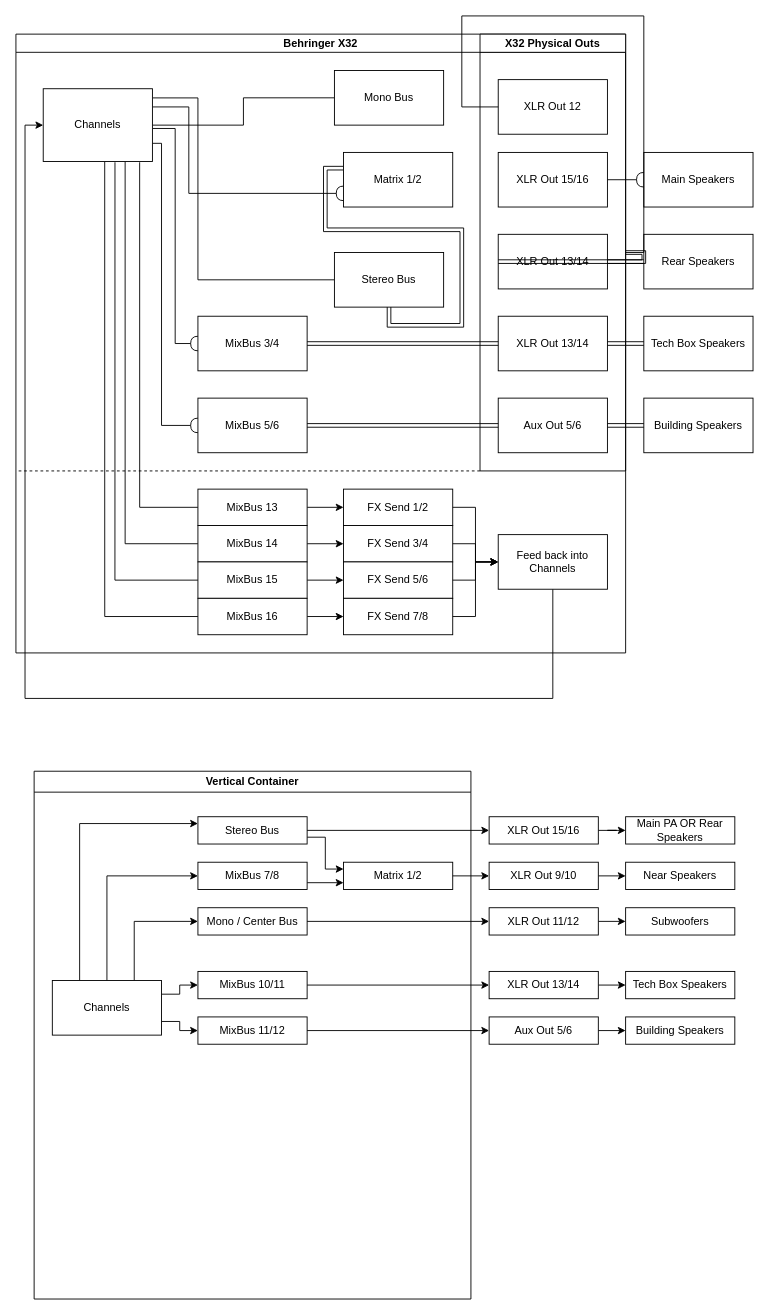
The draw.io diagram page "X32 Setup" (2 of 2) of bedlam.drawio in leon0241/bedlam-audio-route, before the edit. Source tidied: cells renumbered, new cells numbered last; positions are measured from the earlier drawing's top-left corner, leaving out a move shared by most shapes. Both pictures are drawn from the tidied source at 91%, with x=0, y=0 at pixel (15, 34).
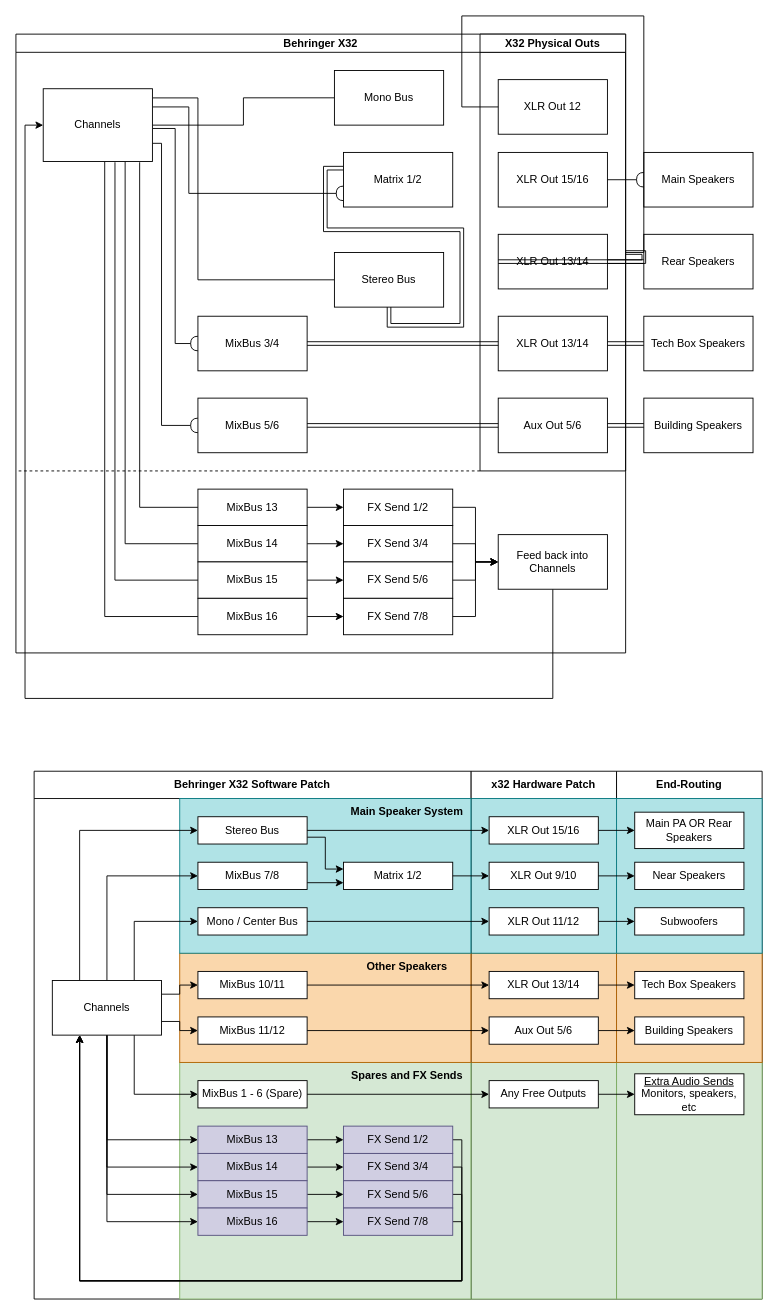
The same diagram, later.

Commit message:
X32 Software Patch

Unchanged cells that the change refers to:
```xml
<mxCell id="62" value="Channels" style="rounded=0;whiteSpace=wrap;html=1;" parent="56" vertex="1">
  <mxGeometry x="20" y="230" width="120" height="60" as="geometry" />
</mxCell>
<mxCell id="64" value="Stereo Bus" style="rounded=0;whiteSpace=wrap;html=1;" parent="56" vertex="1">
  <mxGeometry x="180" y="50" width="120" height="30" as="geometry" />
</mxCell>
```

The edit, as a diff of the source:
```diff
@@
+    <mxCell id="91" value="End-Routing" style="swimlane;whiteSpace=wrap;html=1;startSize=30;" parent="1" vertex="1">
+      <mxGeometry x="660" y="810" width="160" height="580" as="geometry" />
+    </mxCell>
+    <mxCell id="92" style="rounded=0;whiteSpace=wrap;html=1;fillColor=#d5e8d4;strokeColor=#82b366;" parent="91" vertex="1">
+      <mxGeometry y="320" width="160" height="260" as="geometry" />
+    </mxCell>
+    <mxCell id="93" style="rounded=0;whiteSpace=wrap;html=1;fillColor=#fad7ac;strokeColor=#b46504;" parent="91" vertex="1">
+      <mxGeometry y="200" width="160" height="120" as="geometry" />
+    </mxCell>
+    <mxCell id="94" style="rounded=0;whiteSpace=wrap;html=1;fillColor=#b0e3e6;strokeColor=#0e8088;" parent="91" vertex="1">
+      <mxGeometry y="30" width="160" height="170" as="geometry" />
+    </mxCell>
+    <mxCell id="95" value="&lt;u&gt;Extra Audio Sends&lt;/u&gt; Monitors, speakers, etc" style="rounded=0;whiteSpace=wrap;html=1;" parent="91" vertex="1">
+      <mxGeometry x="20" y="332.5" width="120" height="45" as="geometry" />
+    </mxCell>
+    <mxCell id="90" value="Building Speakers" style="rounded=0;whiteSpace=wrap;html=1;" parent="91" vertex="1">
+      <mxGeometry x="20" y="270" width="120" height="30" as="geometry" />
+    </mxCell>
+    <mxCell id="89" value="Tech Box Speakers" style="rounded=0;whiteSpace=wrap;html=1;" parent="91" vertex="1">
+      <mxGeometry x="20" y="220" width="120" height="30" as="geometry" />
+    </mxCell>
+    <mxCell id="88" value="Subwoofers" style="rounded=0;whiteSpace=wrap;html=1;" parent="91" vertex="1">
+      <mxGeometry x="20" y="150" width="120" height="30" as="geometry" />
+    </mxCell>
+    <mxCell id="87" value="Near Speakers" style="rounded=0;whiteSpace=wrap;html=1;" parent="91" vertex="1">
+      <mxGeometry x="20" y="100" width="120" height="30" as="geometry" />
+    </mxCell>
+    <mxCell id="86" value="Main PA OR Rear Speakers" style="rounded=0;whiteSpace=wrap;html=1;" parent="91" vertex="1">
+      <mxGeometry x="20" y="45" width="120" height="40" as="geometry" />
+    </mxCell>
+    <mxCell id="96" value="x32 Hardware Patch" style="swimlane;whiteSpace=wrap;html=1;startSize=30;" parent="1" vertex="1">
+      <mxGeometry x="500" y="810" width="160" height="580" as="geometry" />
+    </mxCell>
+    <mxCell id="97" style="rounded=0;whiteSpace=wrap;html=1;fillColor=#d5e8d4;strokeColor=#82b366;" parent="96" vertex="1">
+      <mxGeometry y="320" width="160" height="260" as="geometry" />
+    </mxCell>
+    <mxCell id="98" style="rounded=0;whiteSpace=wrap;html=1;fillColor=#fad7ac;strokeColor=#b46504;" parent="96" vertex="1">
+      <mxGeometry y="200" width="160" height="120" as="geometry" />
+    </mxCell>
+    <mxCell id="99" style="rounded=0;whiteSpace=wrap;html=1;fillColor=#b0e3e6;strokeColor=#0e8088;" parent="96" vertex="1">
+      <mxGeometry y="30" width="160" height="170" as="geometry" />
+    </mxCell>
+    <mxCell id="75" value="XLR Out 15/16" style="rounded=0;whiteSpace=wrap;html=1;" parent="96" vertex="1">
+      <mxGeometry x="20" y="50" width="120" height="30" as="geometry" />
+    </mxCell>
+    <mxCell id="72" value="XLR Out 9/10" style="whiteSpace=wrap;html=1;rounded=0;" parent="96" vertex="1">
+      <mxGeometry x="20" y="100" width="120" height="30" as="geometry" />
+    </mxCell>
+    <mxCell id="78" value="XLR Out 11/12" style="rounded=0;whiteSpace=wrap;html=1;" parent="96" vertex="1">
+      <mxGeometry x="20" y="150" width="120" height="30" as="geometry" />
+    </mxCell>
+    <mxCell id="81" value="XLR Out 13/14" style="rounded=0;whiteSpace=wrap;html=1;" parent="96" vertex="1">
+      <mxGeometry x="20" y="220" width="120" height="30" as="geometry" />
+    </mxCell>
+    <mxCell id="84" value="Aux Out 5/6" style="rounded=0;whiteSpace=wrap;html=1;" parent="96" vertex="1">
+      <mxGeometry x="20" y="270" width="120" height="30" as="geometry" />
+    </mxCell>
+    <mxCell id="100" value="Any Free Outputs" style="rounded=0;whiteSpace=wrap;html=1;" parent="96" vertex="1">
+      <mxGeometry x="20" y="340" width="120" height="30" as="geometry" />
+    </mxCell>
@@
-    <mxCell id="56" value="Vertical Container" style="swimlane;whiteSpace=wrap;html=1;" parent="1" vertex="1">
+    <mxCell id="56" value="Behringer X32 Software Patch" style="swimlane;whiteSpace=wrap;html=1;startSize=30;" parent="1" vertex="1">
       <mxGeometry x="20" y="810" width="480" height="580" as="geometry" />
     </mxCell>
+    <mxCell id="101" style="rounded=0;whiteSpace=wrap;html=1;fillColor=#d5e8d4;strokeColor=#82b366;" parent="56" vertex="1">
+      <mxGeometry x="160" y="320" width="320" height="260" as="geometry" />
+    </mxCell>
+    <mxCell id="102" style="rounded=0;whiteSpace=wrap;html=1;fillColor=#fad7ac;strokeColor=#b46504;" parent="56" vertex="1">
+      <mxGeometry x="160" y="200" width="320" height="120" as="geometry" />
+    </mxCell>
+    <mxCell id="103" style="rounded=0;whiteSpace=wrap;html=1;fillColor=#b0e3e6;strokeColor=#0e8088;" parent="56" vertex="1">
+      <mxGeometry x="160" y="30" width="320" height="170" as="geometry" />
+    </mxCell>
-    <mxCell id="57" style="edgeStyle=orthogonalEdgeStyle;rounded=0;jettySize=auto;html=1;exitX=0.25;exitY=0;exitDx=0;exitDy=0;entryX=0;entryY=0.25;entryDx=0;entryDy=0;" parent="56" edge="1" source="62" target="64">
+    <mxCell id="57" style="edgeStyle=orthogonalEdgeStyle;rounded=0;jettySize=auto;html=1;exitX=0.25;exitY=0;exitDx=0;exitDy=0;entryX=0;entryY=0.5;entryDx=0;entryDy=0;" parent="56" edge="1" source="62" target="64">
       <mxGeometry relative="1" as="geometry" />
     </mxCell>
@@
+    <mxCell id="104" style="edgeStyle=orthogonalEdgeStyle;rounded=0;jettySize=auto;html=1;exitX=0.75;exitY=1;exitDx=0;exitDy=0;entryX=0;entryY=0.5;entryDx=0;entryDy=0;" parent="56" edge="1" source="62" target="109">
+      <mxGeometry relative="1" as="geometry" />
+    </mxCell>
+    <mxCell id="105" style="edgeStyle=orthogonalEdgeStyle;rounded=0;jettySize=auto;html=1;exitX=0.5;exitY=1;exitDx=0;exitDy=0;entryX=0;entryY=0.5;entryDx=0;entryDy=0;" parent="56" edge="1" source="62" target="111">
+      <mxGeometry relative="1" as="geometry" />
+    </mxCell>
+    <mxCell id="106" style="edgeStyle=orthogonalEdgeStyle;rounded=0;jettySize=auto;html=1;exitX=0.5;exitY=1;exitDx=0;exitDy=0;entryX=0;entryY=0.5;entryDx=0;entryDy=0;" parent="56" edge="1" source="62" target="113">
+      <mxGeometry relative="1" as="geometry" />
+    </mxCell>
+    <mxCell id="107" style="edgeStyle=orthogonalEdgeStyle;rounded=0;jettySize=auto;html=1;exitX=0.5;exitY=1;exitDx=0;exitDy=0;entryX=0;entryY=0.5;entryDx=0;entryDy=0;" parent="56" edge="1" source="62" target="115">
+      <mxGeometry relative="1" as="geometry" />
+    </mxCell>
+    <mxCell id="108" style="edgeStyle=orthogonalEdgeStyle;rounded=0;jettySize=auto;html=1;exitX=0.5;exitY=1;exitDx=0;exitDy=0;entryX=0;entryY=0.5;entryDx=0;entryDy=0;" parent="56" edge="1" source="62" target="117">
+      <mxGeometry relative="1" as="geometry" />
+    </mxCell>
@@
+    <mxCell id="109" value="MixBus 1 - 6 (Spare)" style="rounded=0;whiteSpace=wrap;html=1;" parent="56" vertex="1">
+      <mxGeometry x="180" y="340" width="120" height="30" as="geometry" />
+    </mxCell>
+    <mxCell id="110" style="edgeStyle=orthogonalEdgeStyle;rounded=0;jettySize=auto;html=1;" parent="56" edge="1" source="111" target="119">
+      <mxGeometry relative="1" as="geometry" />
+    </mxCell>
+    <mxCell id="111" value="MixBus 13" style="rounded=0;whiteSpace=wrap;html=1;fillColor=#d0cee2;strokeColor=#56517e;" parent="56" vertex="1">
+      <mxGeometry x="180" y="390" width="120" height="30" as="geometry" />
+    </mxCell>
+    <mxCell id="112" style="edgeStyle=orthogonalEdgeStyle;rounded=0;jettySize=auto;html=1;exitX=1;exitY=0.5;exitDx=0;exitDy=0;entryX=0;entryY=0.5;entryDx=0;entryDy=0;" parent="56" edge="1" source="113" target="121">
+      <mxGeometry relative="1" as="geometry" />
+    </mxCell>
+    <mxCell id="113" value="MixBus 14" style="rounded=0;whiteSpace=wrap;html=1;fillColor=#d0cee2;strokeColor=#56517e;" parent="56" vertex="1">
+      <mxGeometry x="180" y="420" width="120" height="30" as="geometry" />
+    </mxCell>
+    <mxCell id="114" style="edgeStyle=orthogonalEdgeStyle;rounded=0;jettySize=auto;html=1;exitX=1;exitY=0.5;exitDx=0;exitDy=0;entryX=0;entryY=0.5;entryDx=0;entryDy=0;" parent="56" edge="1" source="115" target="123">
+      <mxGeometry relative="1" as="geometry" />
+    </mxCell>
+    <mxCell id="115" value="MixBus 15" style="rounded=0;whiteSpace=wrap;html=1;fillColor=#d0cee2;strokeColor=#56517e;" parent="56" vertex="1">
+      <mxGeometry x="180" y="450" width="120" height="30" as="geometry" />
+    </mxCell>
+    <mxCell id="116" style="edgeStyle=orthogonalEdgeStyle;rounded=0;jettySize=auto;html=1;exitX=1;exitY=0.5;exitDx=0;exitDy=0;entryX=0;entryY=0.5;entryDx=0;entryDy=0;" parent="56" edge="1" source="117" target="125">
+      <mxGeometry relative="1" as="geometry" />
+    </mxCell>
+    <mxCell id="117" value="MixBus 16" style="rounded=0;whiteSpace=wrap;html=1;fillColor=#d0cee2;strokeColor=#56517e;" parent="56" vertex="1">
+      <mxGeometry x="180" y="480" width="120" height="30" as="geometry" />
+    </mxCell>
+    <mxCell id="118" style="edgeStyle=orthogonalEdgeStyle;rounded=0;jettySize=auto;html=1;exitX=1;exitY=0.5;exitDx=0;exitDy=0;entryX=0.25;entryY=1;entryDx=0;entryDy=0;" parent="56" edge="1" source="119" target="62">
+      <mxGeometry relative="1" as="geometry">
+        <Array as="points">
+          <mxPoint x="470" y="405" />
+          <mxPoint x="470" y="560" />
+          <mxPoint x="50" y="560" />
+        </Array>
+      </mxGeometry>
+    </mxCell>
+    <mxCell id="119" value="FX Send 1/2" style="rounded=0;whiteSpace=wrap;html=1;fillColor=#d0cee2;strokeColor=#56517e;" parent="56" vertex="1">
+      <mxGeometry x="340" y="390" width="120" height="30" as="geometry" />
+    </mxCell>
+    <mxCell id="120" style="edgeStyle=orthogonalEdgeStyle;rounded=0;orthogonalLoop=1;jettySize=auto;html=1;exitX=1;exitY=0.5;exitDx=0;exitDy=0;entryX=0.25;entryY=1;entryDx=0;entryDy=0;" parent="56" edge="1">
+      <mxGeometry relative="1" as="geometry">
+        <mxPoint x="460" y="435" as="sourcePoint" />
+        <mxPoint x="50" y="290" as="targetPoint" />
+        <Array as="points">
+          <mxPoint x="470" y="435" />
+          <mxPoint x="470" y="560" />
+          <mxPoint x="50" y="560" />
+        </Array>
+      </mxGeometry>
+    </mxCell>
+    <mxCell id="121" value="FX Send 3/4" style="rounded=0;whiteSpace=wrap;html=1;fillColor=#d0cee2;strokeColor=#56517e;" parent="56" vertex="1">
+      <mxGeometry x="340" y="420" width="120" height="30" as="geometry" />
+    </mxCell>
+    <mxCell id="122" style="edgeStyle=orthogonalEdgeStyle;rounded=0;orthogonalLoop=1;jettySize=auto;html=1;exitX=1;exitY=0.5;exitDx=0;exitDy=0;" parent="56" edge="1">
+      <mxGeometry relative="1" as="geometry">
+        <mxPoint x="460" y="465" as="sourcePoint" />
+        <mxPoint x="50" y="290" as="targetPoint" />
+        <Array as="points">
+          <mxPoint x="470" y="465" />
+          <mxPoint x="470" y="560" />
+          <mxPoint x="50" y="560" />
+        </Array>
+      </mxGeometry>
+    </mxCell>
+    <mxCell id="123" value="FX Send 5/6" style="rounded=0;whiteSpace=wrap;html=1;fillColor=#d0cee2;strokeColor=#56517e;" parent="56" vertex="1">
+      <mxGeometry x="340" y="450" width="120" height="30" as="geometry" />
+    </mxCell>
+    <mxCell id="124" style="edgeStyle=orthogonalEdgeStyle;rounded=0;jettySize=auto;html=1;exitX=1;exitY=0.5;exitDx=0;exitDy=0;" parent="56" edge="1" source="125">
+      <mxGeometry relative="1" as="geometry">
+        <mxPoint x="50" y="290" as="targetPoint" />
+        <Array as="points">
+          <mxPoint x="470" y="495" />
+          <mxPoint x="470" y="560" />
+          <mxPoint x="50" y="560" />
+        </Array>
+      </mxGeometry>
+    </mxCell>
+    <mxCell id="125" value="FX Send 7/8" style="rounded=0;whiteSpace=wrap;html=1;fillColor=#d0cee2;strokeColor=#56517e;" parent="56" vertex="1">
+      <mxGeometry x="340" y="480" width="120" height="30" as="geometry" />
+    </mxCell>
+    <mxCell id="126" value="Main Speaker System" style="text;html=1;strokeColor=none;fillColor=none;align=center;verticalAlign=middle;whiteSpace=wrap;rounded=0;fontStyle=1;" parent="56" vertex="1">
+      <mxGeometry x="340" y="30" width="140" height="30" as="geometry" />
+    </mxCell>
+    <mxCell id="127" value="&lt;div&gt;Other Speakers&lt;br&gt;&lt;/div&gt;" style="text;html=1;strokeColor=none;fillColor=none;align=center;verticalAlign=middle;whiteSpace=wrap;rounded=0;fontStyle=1;" parent="56" vertex="1">
+      <mxGeometry x="340" y="200" width="140" height="30" as="geometry" />
+    </mxCell>
+    <mxCell id="128" value="Spares and FX Sends" style="text;html=1;strokeColor=none;fillColor=none;align=center;verticalAlign=middle;whiteSpace=wrap;rounded=0;fontStyle=1;" parent="56" vertex="1">
+      <mxGeometry x="340" y="320" width="140" height="30" as="geometry" />
+    </mxCell>
@@
-    <mxCell id="72" value="XLR Out 9/10" style="whiteSpace=wrap;html=1;rounded=0;" parent="1" vertex="1">
-      <mxGeometry x="520" y="910" width="120" height="30" as="geometry" />
-    </mxCell>
@@
-    <mxCell id="75" value="XLR Out 15/16" style="rounded=0;whiteSpace=wrap;html=1;" parent="1" vertex="1">
-      <mxGeometry x="520" y="860" width="120" height="30" as="geometry" />
-    </mxCell>
@@
-    <mxCell id="78" value="XLR Out 11/12" style="rounded=0;whiteSpace=wrap;html=1;" parent="1" vertex="1">
-      <mxGeometry x="520" y="960" width="120" height="30" as="geometry" />
-    </mxCell>
@@
-    <mxCell id="81" value="XLR Out 13/14" style="rounded=0;whiteSpace=wrap;html=1;" parent="1" vertex="1">
-      <mxGeometry x="520" y="1030" width="120" height="30" as="geometry" />
-    </mxCell>
@@
-    <mxCell id="84" value="Aux Out 5/6" style="rounded=0;whiteSpace=wrap;html=1;" parent="1" vertex="1">
-      <mxGeometry x="520" y="1080" width="120" height="30" as="geometry" />
-    </mxCell>
@@
-    <mxCell id="86" value="Main PA OR Rear Speakers" style="rounded=0;whiteSpace=wrap;html=1;" parent="1" vertex="1">
-      <mxGeometry x="670" y="860" width="120" height="30" as="geometry" />
-    </mxCell>
-    <mxCell id="87" value="Near Speakers" style="rounded=0;whiteSpace=wrap;html=1;" parent="1" vertex="1">
-      <mxGeometry x="670" y="910" width="120" height="30" as="geometry" />
-    </mxCell>
-    <mxCell id="88" value="Subwoofers" style="rounded=0;whiteSpace=wrap;html=1;" parent="1" vertex="1">
-      <mxGeometry x="670" y="960" width="120" height="30" as="geometry" />
-    </mxCell>
-    <mxCell id="89" value="Tech Box Speakers" style="rounded=0;whiteSpace=wrap;html=1;" parent="1" vertex="1">
-      <mxGeometry x="670" y="1030" width="120" height="30" as="geometry" />
-    </mxCell>
-    <mxCell id="90" value="Building Speakers" style="rounded=0;whiteSpace=wrap;html=1;" parent="1" vertex="1">
-      <mxGeometry x="670" y="1080" width="120" height="30" as="geometry" />
-    </mxCell>
+    <mxCell id="129" style="edgeStyle=orthogonalEdgeStyle;rounded=0;jettySize=auto;html=1;" parent="1" edge="1" source="100" target="95">
+      <mxGeometry relative="1" as="geometry" />
+    </mxCell>
+    <mxCell id="130" style="edgeStyle=orthogonalEdgeStyle;rounded=0;jettySize=auto;html=1;" parent="1" edge="1" source="109" target="100">
+      <mxGeometry relative="1" as="geometry" />
+    </mxCell>
```
